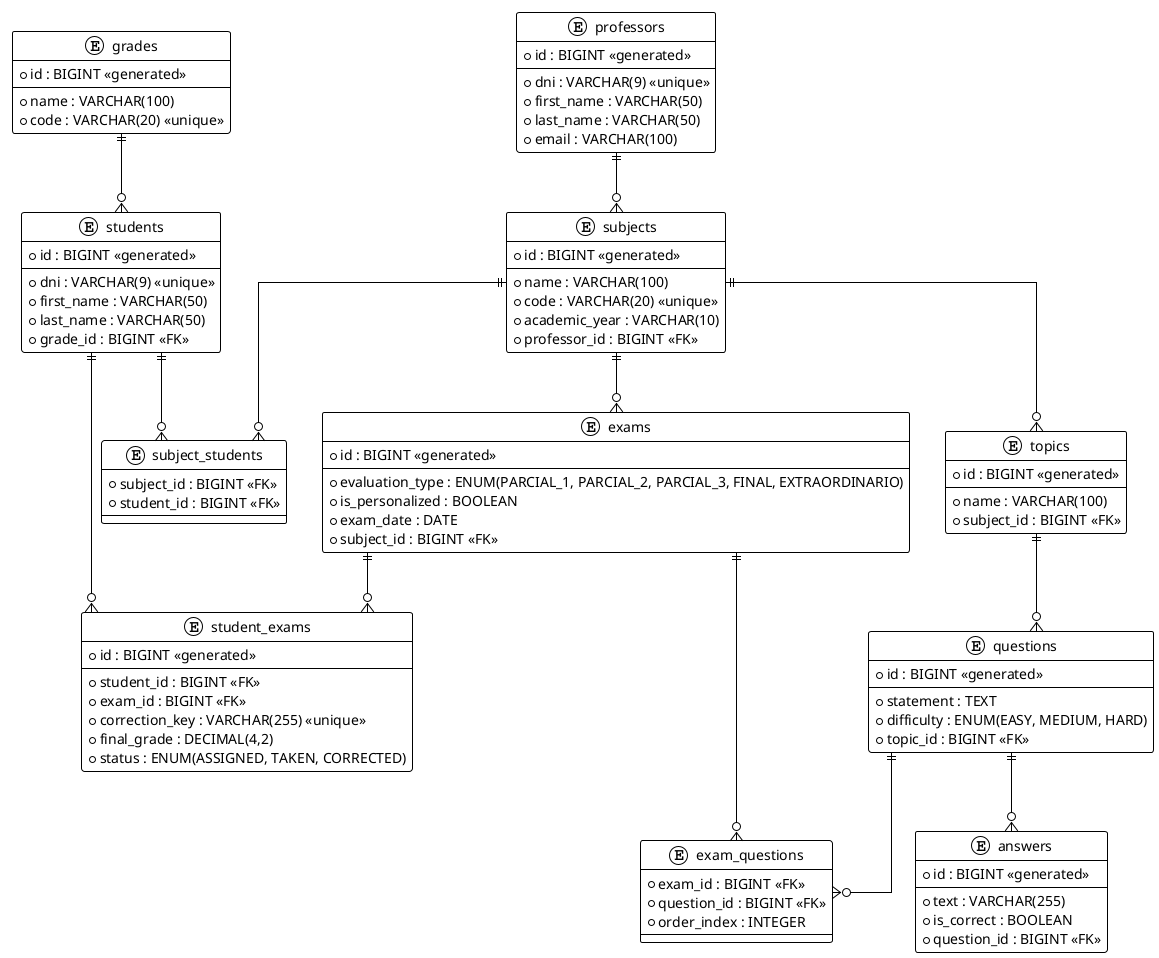
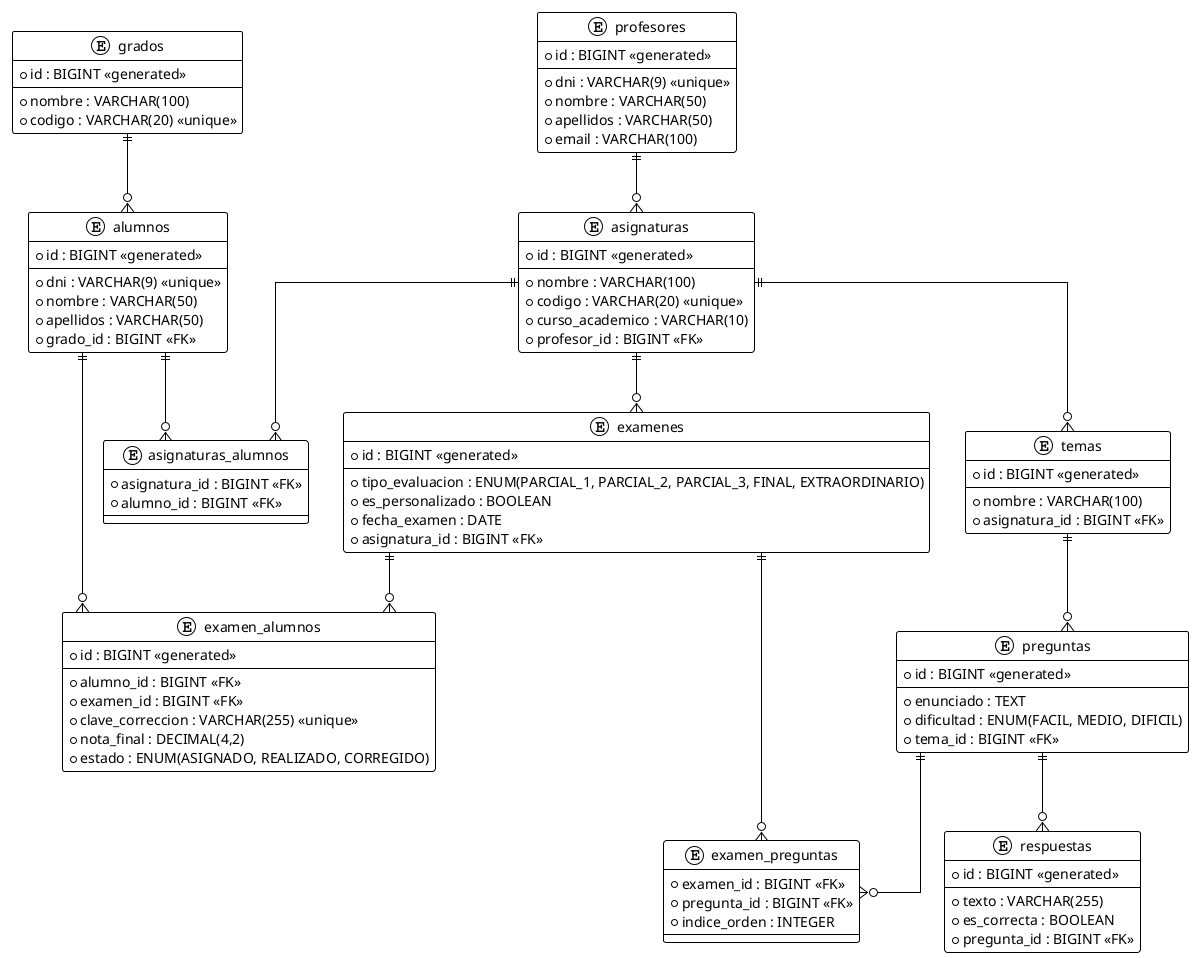
@startuml
!theme plain
skinparam Linetype ortho

- entity "grades" as grades {
+ entity "grados" as grados {
  * id : BIGINT <<generated>>
  --
-   * name : VARCHAR(100)
-   * code : VARCHAR(20) <<unique>>
+   * nombre : VARCHAR(100)
+   * codigo : VARCHAR(20) <<unique>>
}

- entity "professors" as professors {
+ entity "profesores" as profesores {
  * id : BIGINT <<generated>>
  --
  * dni : VARCHAR(9) <<unique>>
-   * first_name : VARCHAR(50)
-   * last_name : VARCHAR(50)
+   * nombre : VARCHAR(50)
+   * apellidos : VARCHAR(50)
  * email : VARCHAR(100)
}

- entity "subjects" as subjects {
+ entity "asignaturas" as asignaturas {
  * id : BIGINT <<generated>>
  --
-   * name : VARCHAR(100)
-   * code : VARCHAR(20) <<unique>>
-   * academic_year : VARCHAR(10)
-   * professor_id : BIGINT <<FK>>
+   * nombre : VARCHAR(100)
+   * codigo : VARCHAR(20) <<unique>>
+   * curso_academico : VARCHAR(10)
+   * profesor_id : BIGINT <<FK>>
}

- entity "students" as students {
+ entity "alumnos" as alumnos {
  * id : BIGINT <<generated>>
  --
  * dni : VARCHAR(9) <<unique>>
-   * first_name : VARCHAR(50)
-   * last_name : VARCHAR(50)
-   * grade_id : BIGINT <<FK>>
+   * nombre : VARCHAR(50)
+   * apellidos : VARCHAR(50)
+   * grado_id : BIGINT <<FK>>
}

- entity "subject_students" as subject_students {
-   * subject_id : BIGINT <<FK>>
-   * student_id : BIGINT <<FK>>
+ entity "asignaturas_alumnos" as asignaturas_alumnos {
+   * asignatura_id : BIGINT <<FK>>
+   * alumno_id : BIGINT <<FK>>
}

- entity "topics" as topics {
+ entity "temas" as temas {
  * id : BIGINT <<generated>>
  --
-   * name : VARCHAR(100)
-   * subject_id : BIGINT <<FK>>
+   * nombre : VARCHAR(100)
+   * asignatura_id : BIGINT <<FK>>
}

- entity "questions" as questions {
+ entity "preguntas" as preguntas {
  * id : BIGINT <<generated>>
  --
-   * statement : TEXT
-   * difficulty : ENUM(EASY, MEDIUM, HARD)
-   * topic_id : BIGINT <<FK>>
+   * enunciado : TEXT
+   * dificultad : ENUM(FACIL, MEDIO, DIFICIL)
+   * tema_id : BIGINT <<FK>>
}

- entity "answers" as answers {
+ entity "respuestas" as respuestas {
  * id : BIGINT <<generated>>
  --
-   * text : VARCHAR(255)
-   * is_correct : BOOLEAN
-   * question_id : BIGINT <<FK>>
+   * texto : VARCHAR(255)
+   * es_correcta : BOOLEAN
+   * pregunta_id : BIGINT <<FK>>
}

- entity "exams" as exams {
+ entity "examenes" as examenes {
  * id : BIGINT <<generated>>
  --
-   * evaluation_type : ENUM(PARCIAL_1, PARCIAL_2, PARCIAL_3, FINAL, EXTRAORDINARIO)
-   * is_personalized : BOOLEAN
-   * exam_date : DATE
-   * subject_id : BIGINT <<FK>>
+   * tipo_evaluacion : ENUM(PARCIAL_1, PARCIAL_2, PARCIAL_3, FINAL, EXTRAORDINARIO)
+   * es_personalizado : BOOLEAN
+   * fecha_examen : DATE
+   * asignatura_id : BIGINT <<FK>>
}

- entity "exam_questions" as exam_questions {
-   * exam_id : BIGINT <<FK>>
-   * question_id : BIGINT <<FK>>
-   * order_index : INTEGER
+ entity "examen_preguntas" as examen_preguntas {
+   * examen_id : BIGINT <<FK>>
+   * pregunta_id : BIGINT <<FK>>
+   * indice_orden : INTEGER
}

- entity "student_exams" as student_exams {
+ entity "examen_alumnos" as examen_alumnos {
  * id : BIGINT <<generated>>
  --
-   * student_id : BIGINT <<FK>>
-   * exam_id : BIGINT <<FK>>
-   * correction_key : VARCHAR(255) <<unique>>
-   * final_grade : DECIMAL(4,2)
-   * status : ENUM(ASSIGNED, TAKEN, CORRECTED)
+   * alumno_id : BIGINT <<FK>>
+   * examen_id : BIGINT <<FK>>
+   * clave_correccion : VARCHAR(255) <<unique>>
+   * nota_final : DECIMAL(4,2)
+   * estado : ENUM(ASIGNADO, REALIZADO, CORREGIDO)
}

- grades ||--o{ students
- professors ||--o{ subjects
- subjects ||--o{ topics
- subjects ||--o{ exams
- topics ||--o{ questions
- questions ||--o{ answers
- exams ||--o{ exam_questions
- questions ||--o{ exam_questions
- students ||--o{ student_exams
- exams ||--o{ student_exams
- subjects ||--o{ subject_students
- students ||--o{ subject_students
+ grados ||--o{ alumnos
+ profesores ||--o{ asignaturas
+ asignaturas ||--o{ temas
+ asignaturas ||--o{ examenes
+ temas ||--o{ preguntas
+ preguntas ||--o{ respuestas
+ examenes ||--o{ examen_preguntas
+ preguntas ||--o{ examen_preguntas
+ alumnos ||--o{ examen_alumnos
+ examenes ||--o{ examen_alumnos
+ asignaturas ||--o{ asignaturas_alumnos
+ alumnos ||--o{ asignaturas_alumnos

@enduml
